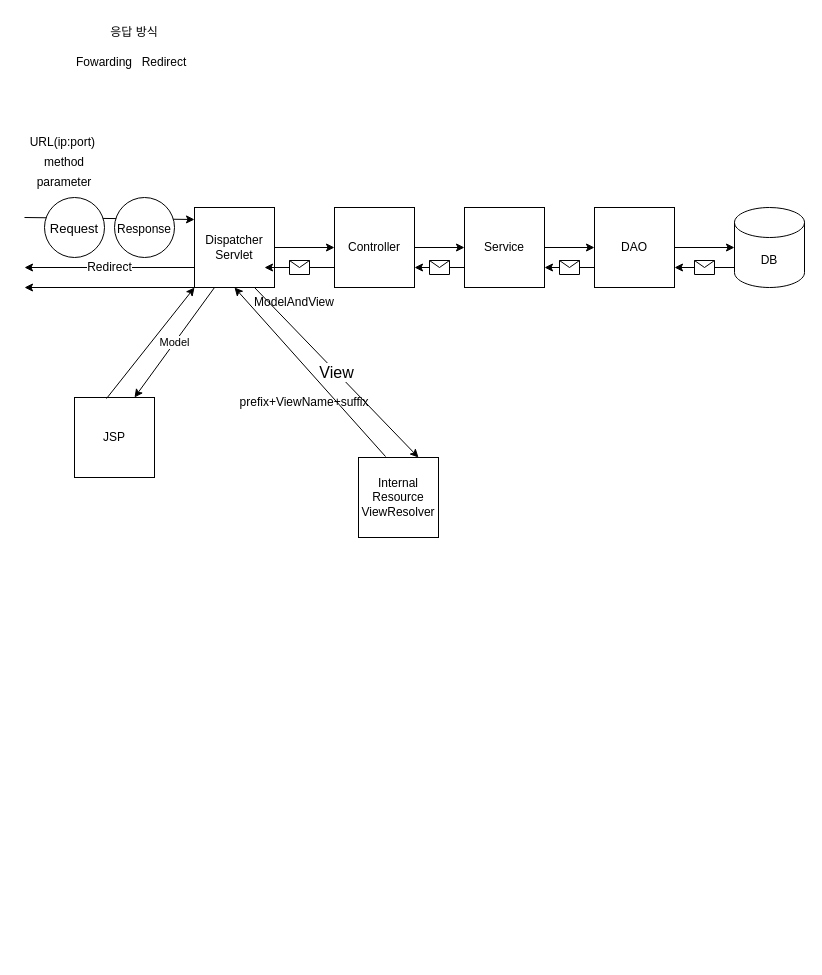
Before: page "페이지-1" (1 of 4) of 제목 없는 다이어그램.drawio in qwdfd1/GDJ60_Spring, a draw.io diagram. Source tidied: cells renumbered, new cells numbered last; positions are measured from the earlier drawing's top-left corner, leaving out a move shared by most shapes. Both pictures are drawn from the tidied source at 100%, with x=0, y=0 at pixel (24, 17).
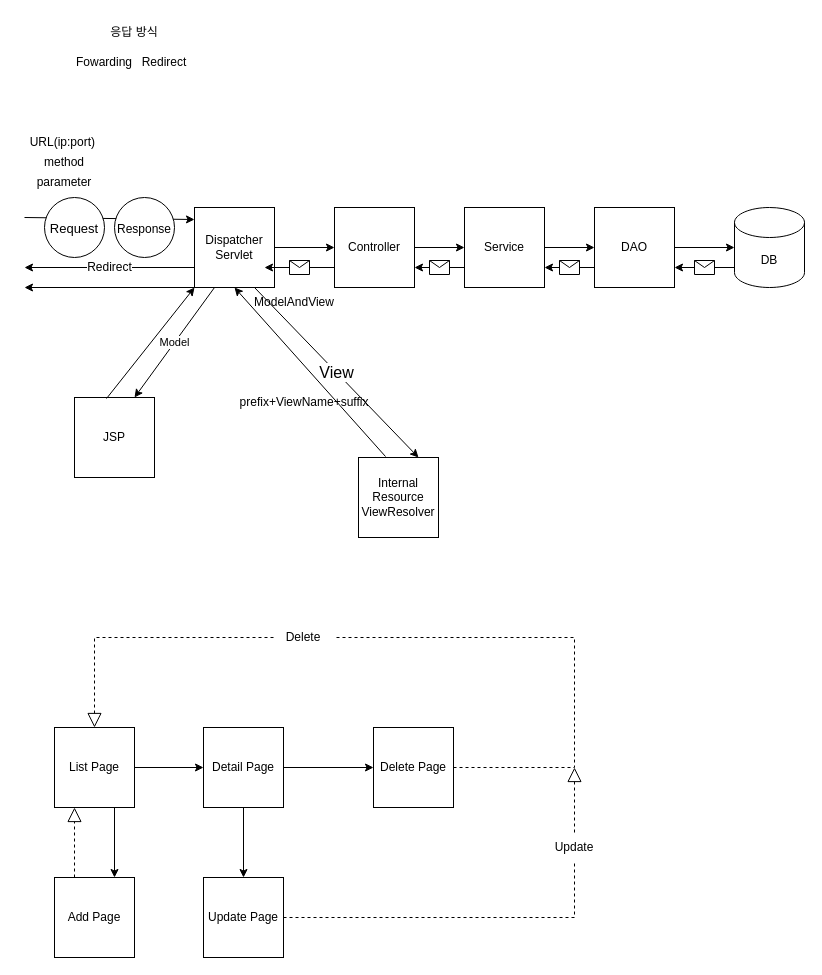
After the change.

What changed in the source:
```diff
@@
+    <mxCell id="38" style="edgeStyle=orthogonalEdgeStyle;rounded=0;jettySize=auto;html=1;exitX=0.75;exitY=1;exitDx=0;exitDy=0;entryX=0.75;entryY=0;entryDx=0;entryDy=0;" parent="1" edge="1" source="40" target="44">
+      <mxGeometry relative="1" as="geometry" />
+    </mxCell>
+    <mxCell id="39" style="edgeStyle=orthogonalEdgeStyle;rounded=0;jettySize=auto;html=1;" parent="1" edge="1" source="40" target="43">
+      <mxGeometry relative="1" as="geometry" />
+    </mxCell>
+    <mxCell id="40" value="List Page" style="whiteSpace=wrap;html=1;" parent="1" vertex="1">
+      <mxGeometry x="30" y="710" width="80" height="80" as="geometry" />
+    </mxCell>
+    <mxCell id="41" style="edgeStyle=orthogonalEdgeStyle;rounded=0;jettySize=auto;html=1;" parent="1" edge="1" source="43" target="45">
+      <mxGeometry relative="1" as="geometry" />
+    </mxCell>
+    <mxCell id="42" style="edgeStyle=orthogonalEdgeStyle;rounded=0;jettySize=auto;html=1;" parent="1" edge="1" source="43" target="48">
+      <mxGeometry relative="1" as="geometry" />
+    </mxCell>
+    <mxCell id="43" value="Detail Page" style="whiteSpace=wrap;html=1;" parent="1" vertex="1">
+      <mxGeometry x="179" y="710" width="80" height="80" as="geometry" />
+    </mxCell>
+    <mxCell id="44" value="Add Page" style="whiteSpace=wrap;html=1;" parent="1" vertex="1">
+      <mxGeometry x="30" y="860" width="80" height="80" as="geometry" />
+    </mxCell>
+    <mxCell id="45" value="Delete Page" style="whiteSpace=wrap;html=1;" parent="1" vertex="1">
+      <mxGeometry x="349" y="710" width="80" height="80" as="geometry" />
+    </mxCell>
+    <mxCell id="46" style="endArrow=block;dashed=1;endFill=0;endSize=12;html=1;rounded=0;exitX=0.25;exitY=0;exitDx=0;exitDy=0;entryX=0.25;entryY=1;entryDx=0;entryDy=0;" parent="1" edge="1" source="44" target="40">
+      <mxGeometry relative="1" as="geometry" />
+    </mxCell>
+    <mxCell id="47" style="endArrow=block;dashed=1;endFill=0;endSize=12;html=1;rounded=0;exitX=0;exitY=0.5;exitDx=0;exitDy=0;entryX=0.5;entryY=0;entryDx=0;entryDy=0;startArrow=none;" parent="1" edge="1" source="53" target="40">
+      <mxGeometry relative="1" as="geometry">
+        <Array as="points">
+          <mxPoint x="70" y="620" />
+        </Array>
+      </mxGeometry>
+    </mxCell>
+    <mxCell id="48" value="Update Page" style="whiteSpace=wrap;html=1;" parent="1" vertex="1">
+      <mxGeometry x="179" y="860" width="80" height="80" as="geometry" />
+    </mxCell>
+    <mxCell id="49" style="endArrow=block;dashed=1;endFill=0;endSize=12;html=1;rounded=0;exitX=0.5;exitY=0;exitDx=0;exitDy=0;startArrow=none;" parent="1" edge="1" source="51">
+      <mxGeometry relative="1" as="geometry">
+        <mxPoint x="550" y="750" as="targetPoint" />
+      </mxGeometry>
+    </mxCell>
+    <mxCell id="50" style="endArrow=none;dashed=1;endFill=0;endSize=12;html=1;rounded=0;exitX=1;exitY=0.5;exitDx=0;exitDy=0;" parent="1" edge="1" source="48" target="51">
+      <mxGeometry relative="1" as="geometry">
+        <Array as="points">
+          <mxPoint x="550" y="900" />
+        </Array>
+      </mxGeometry>
+    </mxCell>
+    <mxCell id="51" value="Update" style="text;html=1;strokeColor=none;fillColor=none;align=center;verticalAlign=middle;whiteSpace=wrap;rounded=0;" parent="1" vertex="1">
+      <mxGeometry x="520" y="815" width="60" height="30" as="geometry" />
+    </mxCell>
+    <mxCell id="52" style="endArrow=none;dashed=1;endFill=0;endSize=12;html=1;rounded=0;exitX=1;exitY=0.5;exitDx=0;exitDy=0;entryX=1;entryY=0.5;entryDx=0;entryDy=0;" parent="1" edge="1" source="45" target="53">
+      <mxGeometry relative="1" as="geometry">
+        <Array as="points">
+          <mxPoint x="550" y="750" />
+          <mxPoint x="550" y="620" />
+        </Array>
+      </mxGeometry>
+    </mxCell>
+    <mxCell id="53" value="Delete" style="text;html=1;strokeColor=none;fillColor=none;align=center;verticalAlign=middle;whiteSpace=wrap;rounded=0;" parent="1" vertex="1">
+      <mxGeometry x="249" y="605" width="60" height="30" as="geometry" />
+    </mxCell>
```
